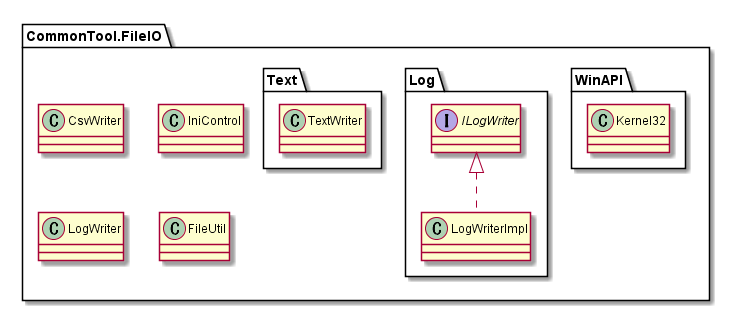
Above: doc/03_SubSystem別/CommonTool.FileIO/03_内部設計/クラス図.png in hirorich/CommonTool (PlantUML), before the change.
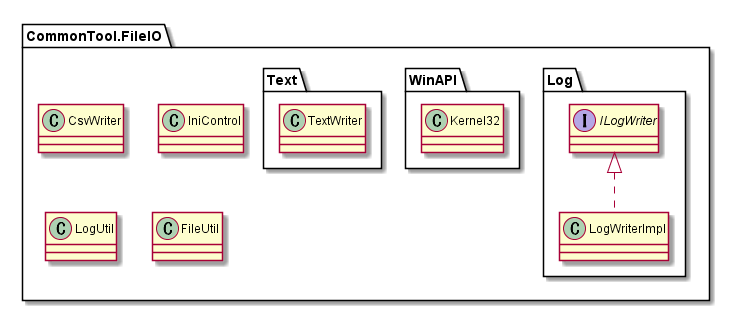
After the change.

What changed in the source:
```diff
@@ -3,7 +3,7 @@
 package CommonTool.FileIO {
     class CsvWriter
     class IniControl
-    class LogWriter
+    class LogUtil
     class FileUtil
 
     package WinAPI {
```
